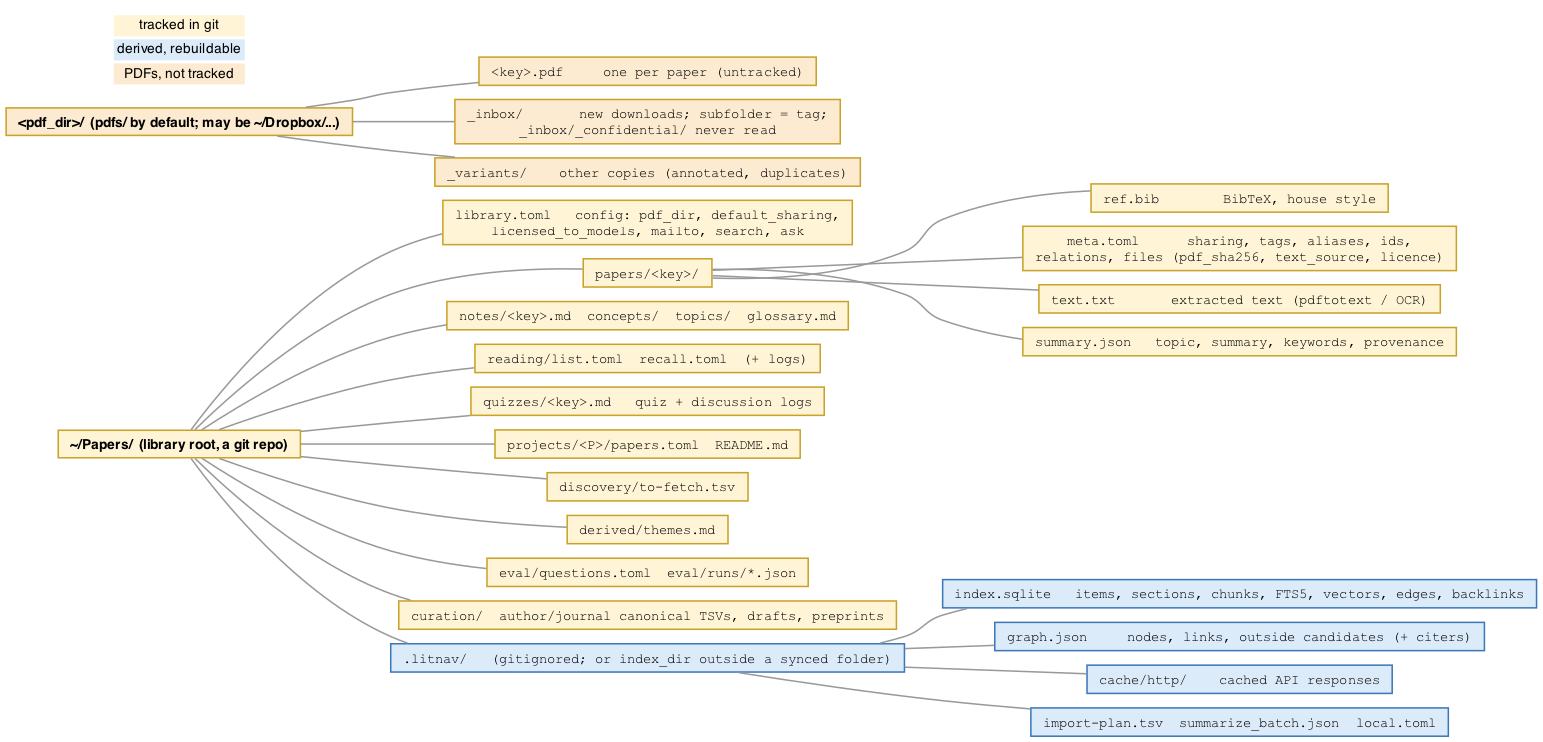
Earlier version of the Graphviz export docs/architecture/diagrams/storage.png (markmuetz/litnav). Its source is kept beside it as docs/architecture/diagrams/storage.dot. The source it was exported from:
```dot
digraph G {
  graph [rankdir=LR, fontname="Helvetica", fontsize=11, nodesep=0.12, ranksep=0.35];
  node  [fontname="Courier", fontsize=9, shape=box, style="filled", fillcolor="#FFF4D6", color="#C9A227", height=0.25];
  edge  [color="#999999", arrowhead=none];
  root [label="~/Papers/  (library root, a git repo)", fontname="Helvetica-Bold"];
  lt   [label="library.toml   config: pdf_dir, default_sharing,\nlicensed_to_models, mailto, search, ask"];
  papers [label="papers/<key>/"];
  bibf [label="ref.bib        BibTeX, house style"];
  metaf [label="meta.toml      sharing, tags, aliases, ids,\nrelations, files (pdf_sha256, text_source, licence)"];
  textf [label="text.txt       extracted text (pdftotext / OCR)"];
  summf [label="summary.json   topic, summary, keywords, provenance"];
  notes [label="notes/<key>.md  concepts/  topics/  glossary.md"];
  readd [label="reading/list.toml  recall.toml  (+ logs)"];
  quiz  [label="quizzes/<key>.md   quiz + discussion logs"];
  proj  [label="projects/<P>/papers.toml  README.md"];
  disc  [label="discovery/to-fetch.tsv"];
  der   [label="derived/themes.md"];
  ev    [label="eval/questions.toml  eval/runs/*.json"];
  cur   [label="curation/  author/journal canonical TSVs, drafts, preprints"];
  st    [label=".litnav/   (gitignored; or index_dir outside a synced folder)", fillcolor="#DCEBFA", color="#3B78B8"];
  sq    [label="index.sqlite   items, sections, chunks, FTS5, vectors, edges, backlinks", fillcolor="#DCEBFA", color="#3B78B8"];
  gj    [label="graph.json     nodes, links, outside candidates (+ citers)", fillcolor="#DCEBFA", color="#3B78B8"];
  ca    [label="cache/http/    cached API responses", fillcolor="#DCEBFA", color="#3B78B8"];
  ip    [label="import-plan.tsv  summarize_batch.json  local.toml", fillcolor="#DCEBFA", color="#3B78B8"];
  pd    [label="<pdf_dir>/  (pdfs/ by default; may be ~/Dropbox/...)", fontname="Helvetica-Bold", fillcolor="#FCEBD0"];
  p1    [label="<key>.pdf     one per paper (untracked)", fillcolor="#FCEBD0"];
  p2    [label="_inbox/       new downloads; subfolder = tag;\n_inbox/_confidential/ never read", fillcolor="#FCEBD0"];
  p3    [label="_variants/    other copies (annotated, duplicates)", fillcolor="#FCEBD0"];
  root -> {lt papers notes readd quiz proj disc der ev cur st};
  papers -> {bibf metaf textf summf};
  st -> {sq gj ca ip};
  pd -> {p1 p2 p3};
  legend [shape=plaintext, fillcolor="white", fontname="Helvetica", label=<
    <TABLE BORDER="0" CELLSPACING="2"><TR><TD BGCOLOR="#FFF4D6">tracked in git</TD></TR>
    <TR><TD BGCOLOR="#DCEBFA">derived, rebuildable</TD></TR><TR><TD BGCOLOR="#FCEBD0">PDFs, not tracked</TD></TR></TABLE>>];
}
```
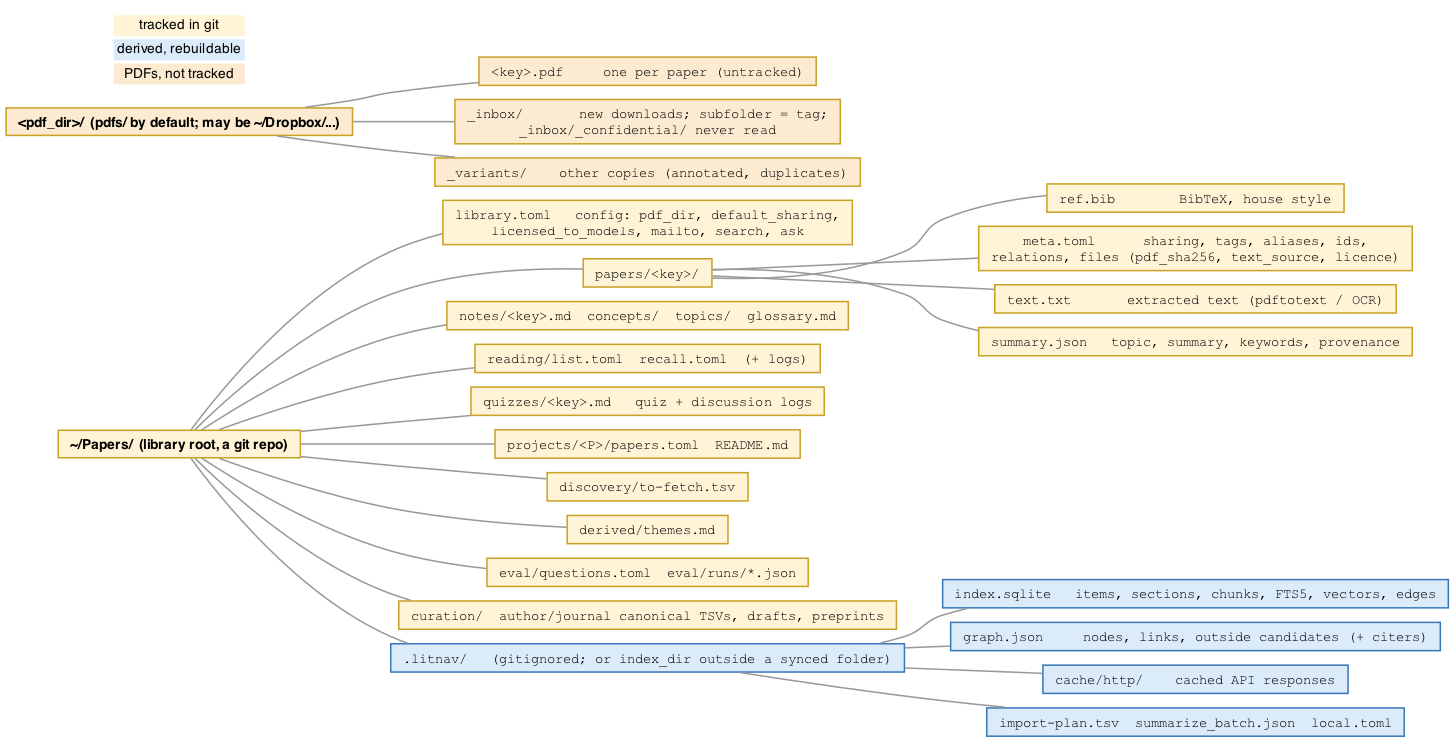
The same diagram one commit later.

Change to the diagram source:
```diff
@@ -18,7 +18,7 @@
   ev    [label="eval/questions.toml  eval/runs/*.json"];
   cur   [label="curation/  author/journal canonical TSVs, drafts, preprints"];
   st    [label=".litnav/   (gitignored; or index_dir outside a synced folder)", fillcolor="#DCEBFA", color="#3B78B8"];
-  sq    [label="index.sqlite   items, sections, chunks, FTS5, vectors, edges, backlinks", fillcolor="#DCEBFA", color="#3B78B8"];
+  sq    [label="index.sqlite   items, sections, chunks, FTS5, vectors, edges", fillcolor="#DCEBFA", color="#3B78B8"];
   gj    [label="graph.json     nodes, links, outside candidates (+ citers)", fillcolor="#DCEBFA", color="#3B78B8"];
   ca    [label="cache/http/    cached API responses", fillcolor="#DCEBFA", color="#3B78B8"];
   ip    [label="import-plan.tsv  summarize_batch.json  local.toml", fillcolor="#DCEBFA", color="#3B78B8"];
```
